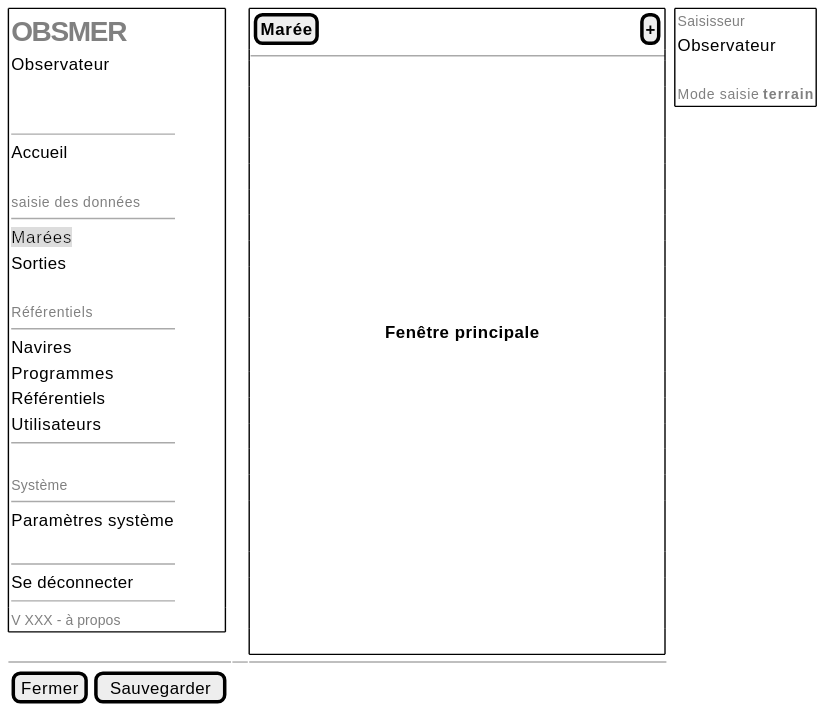
This is projects/obsmer/spe/images/main-tree.svg from sumaris-net/sumaris-doc, a PlantUML export, as it was before one commit. Its source is kept beside it as projects/obsmer/spe/images/main-tree.puml. The source it was exported from:
```plantuml
@startsalt
{
  {+
   {
       <b><font color=grey size=20>OBSMER    | . | . | . | . | . | . | .
       Observateur
       .
       .
       --
       Accueil    | .
       .
       <font color=grey size=10>saisie des données
       --
       <back:#DDD>Marées        | .
       Sorties        | .
       .
       <font color=grey size=10>Référentiels
       --
       Navires       | .
       Programmes        | .
       Référentiels        | .
       Utilisateurs        | .
       --
       .
       <font color=grey size=10>Système
       --
       Paramètres système       | .
       .

       --
       Se déconnecter       | .
       --
   }

   {
      <font color=grey size=10>V XXX - à propos
   }
  } | . | {+
    { [<b>Marée] | . |  . |  . | . | . | . | . | . | . | . | . | . | . | . | . | . | . |. |. |. |. |. |. |. |. |. |. |. |. |. |. |. |. |. |. |. |. |. |. |. |. |. |. |. |. |[<b>+] }
    --
    .
    .
    .
    .
    .
    .
    .
    .
    .
    .
    { | . | . | . | . | . | . | . | . | . | . | . | . | . | . | . | . | . | . | . | <b>Fenêtre principale }
    .
    .
    .
    .
    .
    .
    .
    .
    .
    .
    .
    .
    } | . | {+
    { <font color=grey size=10>Saisisseur
    Observateur
    .
    <font color=grey size=10>Mode saisie <b>terrain}
 }
  -- | -- | --
  { [Fermer] | [Sauvegarder]}
}
@endsalt
```
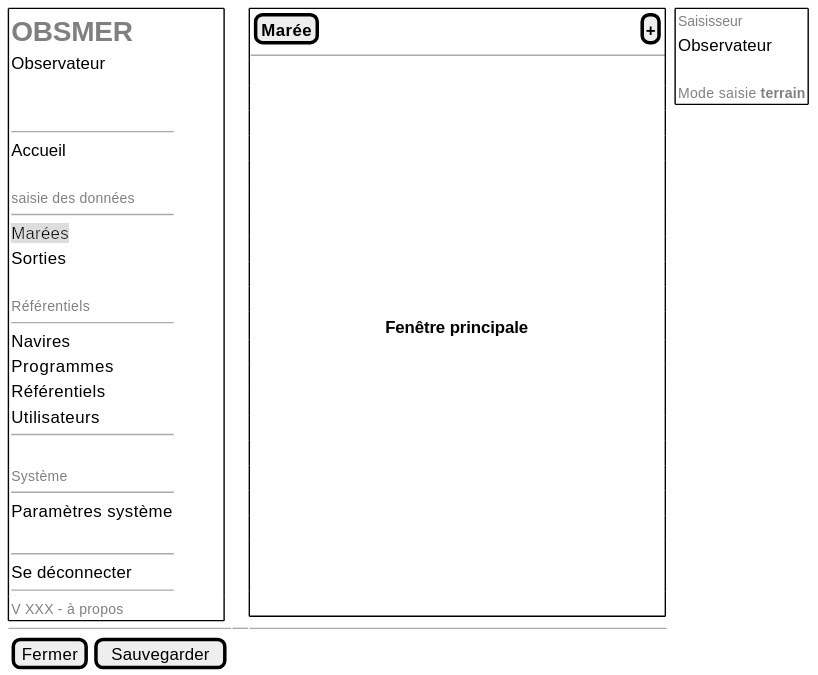
Above is the later version.

Change to the diagram source:
```diff
@@ -60,7 +60,7 @@
     .
     .
     .
-    .
+
     } | . | {+
     { <font color=grey size=10>Saisisseur
     Observateur
```
